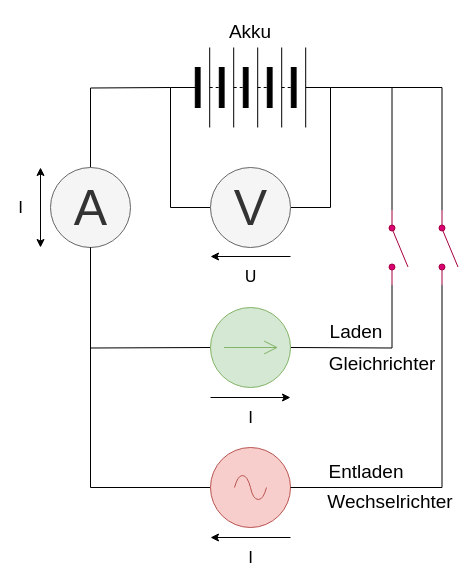
This is Draw.ioFiles/Gleichstrom.drawio from PaulusElektrus/MA-Grafiken, a draw.io file, before an edit. Source tidied: cells renumbered, new cells numbered last; positions are measured from the earlier drawing's top-left corner, leaving out a move shared by most shapes. Both pictures are drawn from the tidied source at 100%, with x=0, y=0 at pixel (40, 17).
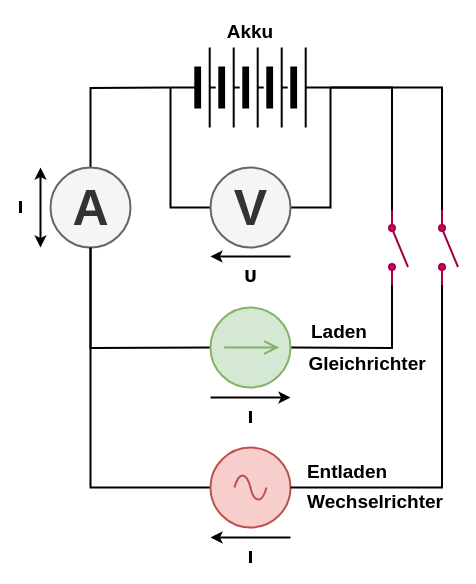
The same diagram, later.

Diff of the diagram source:
```diff
@@
-    <mxCell id="2" style="edgeStyle=orthogonalEdgeStyle;rounded=0;jettySize=auto;html=1;exitX=0;exitY=0.5;exitDx=0;exitDy=0;exitPerimeter=0;entryX=0;entryY=0.5;entryDx=0;entryDy=0;endArrow=none;endFill=0;" parent="1" edge="1" target="8">
+    <mxCell id="2" style="edgeStyle=orthogonalEdgeStyle;rounded=0;jettySize=auto;html=1;exitX=0;exitY=0.5;exitDx=0;exitDy=0;exitPerimeter=0;entryX=0;entryY=0.5;entryDx=0;entryDy=0;endArrow=none;endFill=0;strokeWidth=2;fontStyle=1;" parent="1" edge="1" target="8">
       <mxGeometry relative="1" as="geometry">
         <mxPoint x="130" y="70" as="sourcePoint" />
         <Array as="points">
           <mxPoint x="130" y="190" />
         </Array>
       </mxGeometry>
     </mxCell>
-    <mxCell id="3" style="edgeStyle=orthogonalEdgeStyle;rounded=0;jettySize=auto;html=1;exitX=1;exitY=0.5;exitDx=0;exitDy=0;exitPerimeter=0;entryX=1;entryY=0.5;entryDx=0;entryDy=0;endArrow=none;endFill=0;" parent="1" edge="1" target="8">
+    <mxCell id="3" style="edgeStyle=orthogonalEdgeStyle;rounded=0;jettySize=auto;html=1;exitX=1;exitY=0.5;exitDx=0;exitDy=0;exitPerimeter=0;entryX=1;entryY=0.5;entryDx=0;entryDy=0;endArrow=none;endFill=0;strokeWidth=2;fontStyle=1;" parent="1" edge="1" target="8">
       <mxGeometry relative="1" as="geometry">
         <mxPoint x="290" y="70" as="sourcePoint" />
         <Array as="points">
           <mxPoint x="290" y="190" />
         </Array>
       </mxGeometry>
     </mxCell>
-    <mxCell id="4" style="edgeStyle=orthogonalEdgeStyle;rounded=0;jettySize=auto;html=1;exitX=0;exitY=0.5;exitDx=0;exitDy=0;exitPerimeter=0;entryX=0.5;entryY=0;entryDx=0;entryDy=0;endArrow=none;endFill=0;" parent="1" edge="1" target="7">
+    <mxCell id="4" style="edgeStyle=orthogonalEdgeStyle;rounded=0;jettySize=auto;html=1;exitX=0;exitY=0.5;exitDx=0;exitDy=0;exitPerimeter=0;entryX=0.5;entryY=0;entryDx=0;entryDy=0;endArrow=none;endFill=0;strokeWidth=2;fontStyle=1;" parent="1" edge="1" target="7">
       <mxGeometry relative="1" as="geometry">
         <mxPoint x="130" y="70" as="sourcePoint" />
       </mxGeometry>
     </mxCell>
-    <mxCell id="5" value="I" style="endArrow=classic;html=1;labelBackgroundColor=none;strokeWidth=1;fontFamily=Verdana;fontSize=16;" parent="1" edge="1">
+    <mxCell id="5" value="I" style="endArrow=classic;html=1;labelBackgroundColor=none;strokeWidth=2;fontFamily=Verdana;fontSize=16;fontStyle=1;" parent="1" edge="1">
       <mxGeometry y="20" relative="1" as="geometry">
         <mxPoint x="250" y="520" as="sourcePoint" />
         <mxPoint x="170" y="520" as="targetPoint" />
       </mxGeometry>
     </mxCell>
-    <mxCell id="6" value="U" style="endArrow=classic;html=1;labelBackgroundColor=none;strokeWidth=1;fontFamily=Verdana;fontSize=16;" parent="1" edge="1">
+    <mxCell id="6" value="U" style="endArrow=classic;html=1;labelBackgroundColor=none;strokeWidth=2;fontFamily=Verdana;fontSize=16;fontStyle=1;" parent="1" edge="1">
       <mxGeometry y="20" relative="1" as="geometry">
         <mxPoint x="250" y="239" as="sourcePoint" />
         <mxPoint x="170" y="239" as="targetPoint" />
       </mxGeometry>
     </mxCell>
-    <mxCell id="7" value="A" style="verticalLabelPosition=middle;shadow=0;dashed=0;align=center;html=1;verticalAlign=middle;strokeWidth=1;shape=ellipse;fontSize=50;fillColor=#f5f5f5;fontColor=#333333;strokeColor=#666666;" parent="1" vertex="1">
+    <mxCell id="7" value="A" style="verticalLabelPosition=middle;shadow=0;dashed=0;align=center;html=1;verticalAlign=middle;strokeWidth=2;shape=ellipse;fontSize=50;fillColor=#f5f5f5;fontColor=#333333;strokeColor=#666666;fontStyle=1;" parent="1" vertex="1">
       <mxGeometry x="10" y="150" width="80" height="80" as="geometry" />
     </mxCell>
-    <mxCell id="8" value="V" style="verticalLabelPosition=middle;shadow=0;dashed=0;align=center;html=1;verticalAlign=middle;strokeWidth=1;shape=ellipse;fontSize=50;fillColor=#f5f5f5;fontColor=#333333;strokeColor=#666666;" parent="1" vertex="1">
+    <mxCell id="8" value="V" style="verticalLabelPosition=middle;shadow=0;dashed=0;align=center;html=1;verticalAlign=middle;strokeWidth=2;shape=ellipse;fontSize=50;fillColor=#f5f5f5;fontColor=#333333;strokeColor=#666666;fontStyle=1;" parent="1" vertex="1">
       <mxGeometry x="170" y="150" width="80" height="80" as="geometry" />
     </mxCell>
-    <mxCell id="9" style="edgeStyle=orthogonalEdgeStyle;rounded=0;jettySize=auto;html=1;exitX=0;exitY=0.5;exitDx=0;exitDy=0;exitPerimeter=0;entryX=0.5;entryY=1;entryDx=0;entryDy=0;startArrow=none;startFill=0;endArrow=none;endFill=0;" parent="1" edge="1" source="10" target="7">
+    <mxCell id="9" style="edgeStyle=orthogonalEdgeStyle;rounded=0;jettySize=auto;html=1;exitX=0;exitY=0.5;exitDx=0;exitDy=0;exitPerimeter=0;entryX=0.5;entryY=1;entryDx=0;entryDy=0;startArrow=none;startFill=0;endArrow=none;endFill=0;strokeWidth=2;fontStyle=1;" parent="1" edge="1" source="10" target="7">
       <mxGeometry relative="1" as="geometry" />
     </mxCell>
-    <mxCell id="10" style="verticalLabelPosition=bottom;shadow=0;dashed=0;align=center;html=1;verticalAlign=top;shape=mxgraph.electrical.signal_sources.source;points=[[0.5,0,0],[1,0.5,0],[0.5,1,0],[0,0.5,0]];elSignalType=ac;fillColor=#f8cecc;strokeColor=#b85450;" parent="1" vertex="1">
+    <mxCell id="10" style="verticalLabelPosition=bottom;shadow=0;dashed=0;align=center;html=1;verticalAlign=top;shape=mxgraph.electrical.signal_sources.source;points=[[0.5,0,0],[1,0.5,0],[0.5,1,0],[0,0.5,0]];elSignalType=ac;fillColor=#f8cecc;strokeColor=#b85450;strokeWidth=2;fontStyle=1;" parent="1" vertex="1">
       <mxGeometry x="170" y="430" width="80" height="80" as="geometry" />
     </mxCell>
-    <mxCell id="11" style="edgeStyle=orthogonalEdgeStyle;rounded=0;jettySize=auto;html=1;exitX=0;exitY=0.5;exitDx=0;exitDy=0;exitPerimeter=0;entryX=0.5;entryY=1;entryDx=0;entryDy=0;endArrow=none;endFill=0;" parent="1" edge="1" target="7">
+    <mxCell id="11" style="edgeStyle=orthogonalEdgeStyle;rounded=0;jettySize=auto;html=1;exitX=0;exitY=0.5;exitDx=0;exitDy=0;exitPerimeter=0;entryX=0.5;entryY=1;entryDx=0;entryDy=0;endArrow=none;endFill=0;strokeWidth=2;fontStyle=1;" parent="1" edge="1" target="7">
       <mxGeometry relative="1" as="geometry">
         <mxPoint x="170" y="330" as="sourcePoint" />
       </mxGeometry>
     </mxCell>
-    <mxCell id="12" style="edgeStyle=orthogonalEdgeStyle;rounded=0;jettySize=auto;html=1;exitX=1;exitY=0.5;exitDx=0;exitDy=0;exitPerimeter=0;entryX=1;entryY=0.8;entryDx=0;entryDy=0;startArrow=none;startFill=0;endArrow=none;endFill=0;" parent="1" edge="1" target="19">
+    <mxCell id="12" style="edgeStyle=orthogonalEdgeStyle;rounded=0;jettySize=auto;html=1;exitX=1;exitY=0.5;exitDx=0;exitDy=0;exitPerimeter=0;entryX=1;entryY=0.8;entryDx=0;entryDy=0;startArrow=none;startFill=0;endArrow=none;endFill=0;strokeWidth=2;fontStyle=1;" parent="1" edge="1" target="19">
       <mxGeometry relative="1" as="geometry">
         <mxPoint x="250" y="330" as="sourcePoint" />
       </mxGeometry>
     </mxCell>
-    <mxCell id="13" style="verticalLabelPosition=bottom;shadow=0;dashed=0;align=center;html=1;verticalAlign=top;shape=mxgraph.electrical.miscellaneous.batteryStack;" parent="1" vertex="1">
+    <mxCell id="13" style="verticalLabelPosition=bottom;shadow=0;dashed=0;align=center;html=1;verticalAlign=top;shape=mxgraph.electrical.miscellaneous.batteryStack;strokeWidth=2;fontStyle=1;" parent="1" vertex="1">
       <mxGeometry x="130" y="30" width="160" height="80" as="geometry" />
     </mxCell>
-    <mxCell id="14" value="I" style="endArrow=none;html=1;labelBackgroundColor=none;strokeWidth=1;fontFamily=Verdana;fontSize=16;startArrow=classic;startFill=1;endFill=0;" parent="1" edge="1">
+    <mxCell id="14" value="I" style="endArrow=none;html=1;labelBackgroundColor=none;strokeWidth=2;fontFamily=Verdana;fontSize=16;startArrow=classic;startFill=1;endFill=0;fontStyle=1;" parent="1" edge="1">
       <mxGeometry y="20" relative="1" as="geometry">
         <mxPoint x="250" y="380" as="sourcePoint" />
         <mxPoint x="170" y="380" as="targetPoint" />
       </mxGeometry>
     </mxCell>
-    <mxCell id="15" style="edgeStyle=orthogonalEdgeStyle;rounded=0;jettySize=auto;html=1;exitX=1;exitY=0.8;exitDx=0;exitDy=0;entryX=1;entryY=0.5;entryDx=0;entryDy=0;entryPerimeter=0;startArrow=none;startFill=0;endArrow=none;endFill=0;" parent="1" edge="1" source="17" target="10">
+    <mxCell id="15" style="edgeStyle=orthogonalEdgeStyle;rounded=0;jettySize=auto;html=1;exitX=1;exitY=0.8;exitDx=0;exitDy=0;entryX=1;entryY=0.5;entryDx=0;entryDy=0;entryPerimeter=0;startArrow=none;startFill=0;endArrow=none;endFill=0;strokeWidth=2;fontStyle=1;" parent="1" edge="1" source="17" target="10">
       <mxGeometry relative="1" as="geometry" />
     </mxCell>
-    <mxCell id="16" style="edgeStyle=orthogonalEdgeStyle;rounded=0;jettySize=auto;html=1;exitX=0;exitY=0.8;exitDx=0;exitDy=0;entryX=1;entryY=0.5;entryDx=0;entryDy=0;startArrow=none;startFill=0;endArrow=none;endFill=0;" parent="1" edge="1" source="17" target="13">
+    <mxCell id="16" style="edgeStyle=orthogonalEdgeStyle;rounded=0;jettySize=auto;html=1;exitX=0;exitY=0.8;exitDx=0;exitDy=0;entryX=1;entryY=0.5;entryDx=0;entryDy=0;startArrow=none;startFill=0;endArrow=none;endFill=0;strokeWidth=2;fontStyle=1;" parent="1" edge="1" source="17" target="13">
       <mxGeometry relative="1" as="geometry" />
     </mxCell>
-    <mxCell id="17" style="shape=mxgraph.electrical.electro-mechanical.singleSwitch;elSwitchState=off;rotation=90;fillColor=#d80073;strokeColor=#A50040;fontColor=#ffffff;" parent="1" vertex="1">
+    <mxCell id="17" style="shape=mxgraph.electrical.electro-mechanical.singleSwitch;elSwitchState=off;rotation=90;fillColor=#d80073;strokeColor=#A50040;fontColor=#ffffff;strokeWidth=2;fontStyle=1;" parent="1" vertex="1">
       <mxGeometry x="370" y="220" width="75" height="20" as="geometry" />
     </mxCell>
-    <mxCell id="18" style="edgeStyle=orthogonalEdgeStyle;rounded=0;jettySize=auto;html=1;exitX=0;exitY=0.8;exitDx=0;exitDy=0;entryX=1;entryY=0.5;entryDx=0;entryDy=0;startArrow=none;startFill=0;endArrow=none;endFill=0;" parent="1" edge="1" source="19" target="13">
+    <mxCell id="18" style="edgeStyle=orthogonalEdgeStyle;rounded=0;jettySize=auto;html=1;exitX=0;exitY=0.8;exitDx=0;exitDy=0;entryX=1;entryY=0.5;entryDx=0;entryDy=0;startArrow=none;startFill=0;endArrow=none;endFill=0;strokeWidth=2;fontStyle=1;" parent="1" edge="1" source="19" target="13">
       <mxGeometry relative="1" as="geometry" />
     </mxCell>
-    <mxCell id="19" style="shape=mxgraph.electrical.electro-mechanical.singleSwitch;elSwitchState=off;rotation=90;fillColor=#d80073;fontColor=#ffffff;strokeColor=#A50040;" parent="1" vertex="1">
+    <mxCell id="19" style="shape=mxgraph.electrical.electro-mechanical.singleSwitch;elSwitchState=off;rotation=90;fillColor=#d80073;fontColor=#ffffff;strokeColor=#A50040;strokeWidth=2;fontStyle=1;" parent="1" vertex="1">
       <mxGeometry x="320" y="220" width="75" height="20" as="geometry" />
     </mxCell>
-    <mxCell id="20" value="I" style="endArrow=classic;html=1;labelBackgroundColor=none;strokeWidth=1;fontFamily=Verdana;fontSize=16;startArrow=classic;startFill=1;endFill=1;" parent="1" edge="1">
+    <mxCell id="20" value="I" style="endArrow=classic;html=1;labelBackgroundColor=none;strokeWidth=2;fontFamily=Verdana;fontSize=16;startArrow=classic;startFill=1;endFill=1;fontStyle=1;" parent="1" edge="1">
       <mxGeometry y="20" relative="1" as="geometry">
         <mxPoint y="230" as="sourcePoint" />
         <mxPoint y="150" as="targetPoint" />
       </mxGeometry>
     </mxCell>
-    <mxCell id="21" value="&lt;font style=&quot;font-size: 19px;&quot;&gt;Akku&lt;/font&gt;" style="text;html=1;strokeColor=none;fillColor=none;align=center;verticalAlign=middle;whiteSpace=wrap;rounded=0;" parent="1" vertex="1">
+    <mxCell id="21" value="&lt;font style=&quot;font-size: 19px;&quot;&gt;Akku&lt;/font&gt;" style="text;html=1;strokeColor=none;fillColor=none;align=center;verticalAlign=middle;whiteSpace=wrap;rounded=0;strokeWidth=2;fontStyle=1;" parent="1" vertex="1">
       <mxGeometry x="170" width="80" height="30" as="geometry" />
     </mxCell>
-    <mxCell id="22" value="&lt;font style=&quot;font-size: 19px;&quot;&gt;Entladen&lt;/font&gt;" style="text;html=1;strokeColor=none;fillColor=none;align=center;verticalAlign=middle;whiteSpace=wrap;rounded=0;" parent="1" vertex="1">
-      <mxGeometry x="276" y="440" width="100" height="30" as="geometry" />
+    <mxCell id="22" value="&lt;font style=&quot;font-size: 19px;&quot;&gt;Entladen&lt;/font&gt;" style="text;html=1;strokeColor=none;fillColor=none;align=center;verticalAlign=middle;whiteSpace=wrap;rounded=0;strokeWidth=2;fontStyle=1;" parent="1" vertex="1">
+      <mxGeometry x="257" y="440" width="100" height="30" as="geometry" />
     </mxCell>
-    <mxCell id="23" value="&lt;font style=&quot;font-size: 19px;&quot;&gt;Laden&lt;/font&gt;" style="text;html=1;strokeColor=none;fillColor=none;align=center;verticalAlign=middle;whiteSpace=wrap;rounded=0;" parent="1" vertex="1">
-      <mxGeometry x="276" y="300" width="80" height="30" as="geometry" />
+    <mxCell id="23" value="&lt;font style=&quot;font-size: 19px;&quot;&gt;Laden&lt;/font&gt;" style="text;html=1;strokeColor=none;fillColor=none;align=center;verticalAlign=middle;whiteSpace=wrap;rounded=0;strokeWidth=2;fontStyle=1;" parent="1" vertex="1">
+      <mxGeometry x="259" y="300" width="80" height="30" as="geometry" />
     </mxCell>
-    <mxCell id="24" value="&lt;font style=&quot;font-size: 19px;&quot;&gt;Gleichrichter&lt;/font&gt;" style="text;html=1;strokeColor=none;fillColor=none;align=center;verticalAlign=middle;whiteSpace=wrap;rounded=0;" parent="1" vertex="1">
-      <mxGeometry x="282" y="332" width="120" height="30" as="geometry" />
+    <mxCell id="24" value="&lt;font style=&quot;font-size: 19px;&quot;&gt;Gleichrichter&lt;/font&gt;" style="text;html=1;strokeColor=none;fillColor=none;align=center;verticalAlign=middle;whiteSpace=wrap;rounded=0;strokeWidth=2;fontStyle=1;" parent="1" vertex="1">
+      <mxGeometry x="267" y="332" width="120" height="30" as="geometry" />
     </mxCell>
-    <mxCell id="25" value="&lt;font style=&quot;font-size: 19px;&quot;&gt;Wechselrichter&lt;/font&gt;" style="text;html=1;strokeColor=none;fillColor=none;align=center;verticalAlign=middle;whiteSpace=wrap;rounded=0;" parent="1" vertex="1">
-      <mxGeometry x="290" y="470" width="120" height="30" as="geometry" />
+    <mxCell id="25" value="&lt;font style=&quot;font-size: 19px;&quot;&gt;Wechselrichter&lt;/font&gt;" style="text;html=1;strokeColor=none;fillColor=none;align=center;verticalAlign=middle;whiteSpace=wrap;rounded=0;strokeWidth=2;fontStyle=1;" parent="1" vertex="1">
+      <mxGeometry x="275" y="470" width="120" height="30" as="geometry" />
     </mxCell>
-    <mxCell id="26" style="verticalLabelPosition=bottom;shadow=0;dashed=0;align=center;html=1;verticalAlign=top;shape=mxgraph.electrical.signal_sources.source;elSignalType=dc2;fontSize=19;rotation=-90;fillColor=#d5e8d4;strokeColor=#82b366;" parent="1" vertex="1">
+    <mxCell id="26" style="verticalLabelPosition=bottom;shadow=0;dashed=0;align=center;html=1;verticalAlign=top;shape=mxgraph.electrical.signal_sources.source;elSignalType=dc2;fontSize=19;rotation=-90;fillColor=#d5e8d4;strokeColor=#82b366;strokeWidth=2;fontStyle=1;" parent="1" vertex="1">
       <mxGeometry x="170" y="290" width="80" height="80" as="geometry" />
     </mxCell>
```
